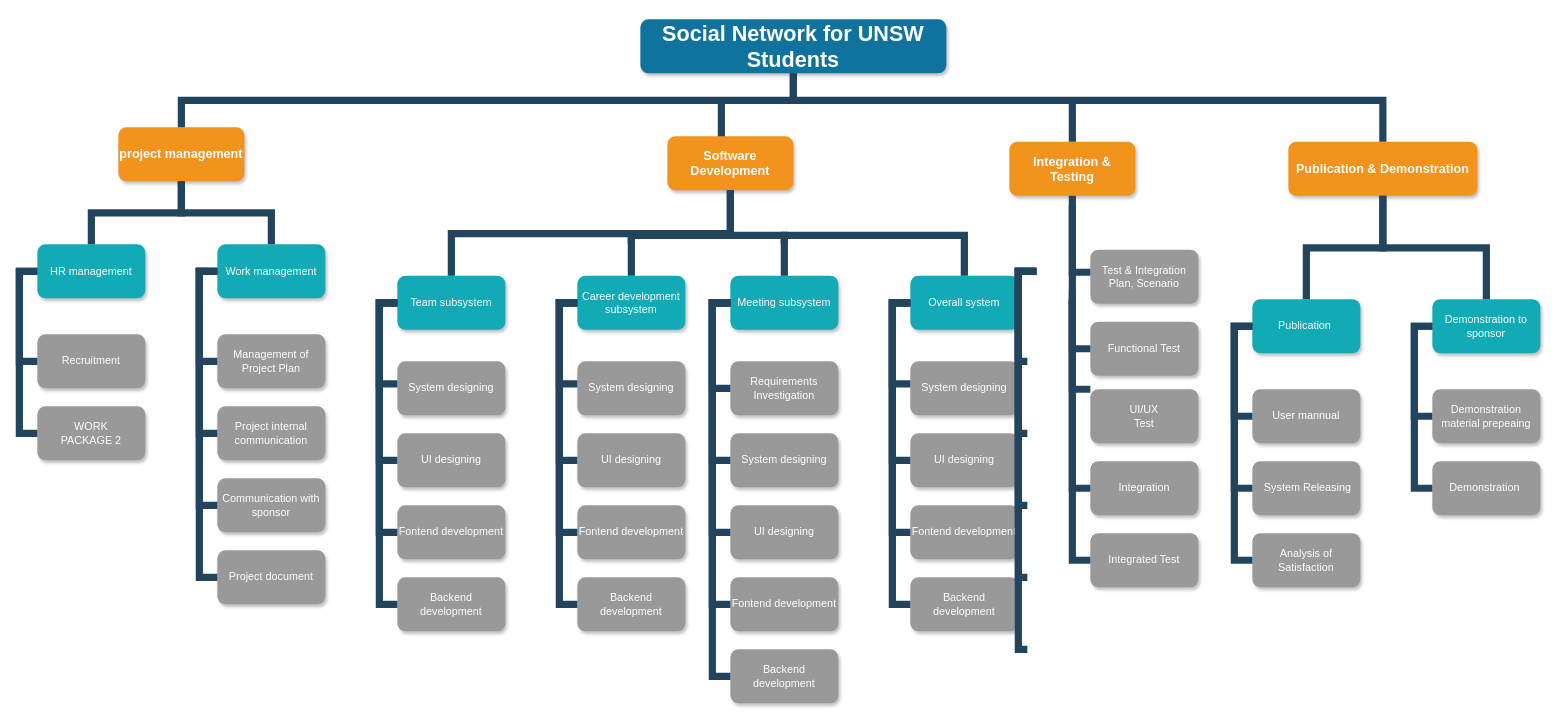
Earlier version of the draw.io diagram ass1/Untitled Diagram.drawio (bekon-official/GSOE9820). Source tidied: cells renumbered, new cells numbered last; positions are measured from the earlier drawing's top-left corner, leaving out a move shared by most shapes. Both pictures are drawn from the tidied source at 90%, with x=0, y=0 at pixel (19, 19).
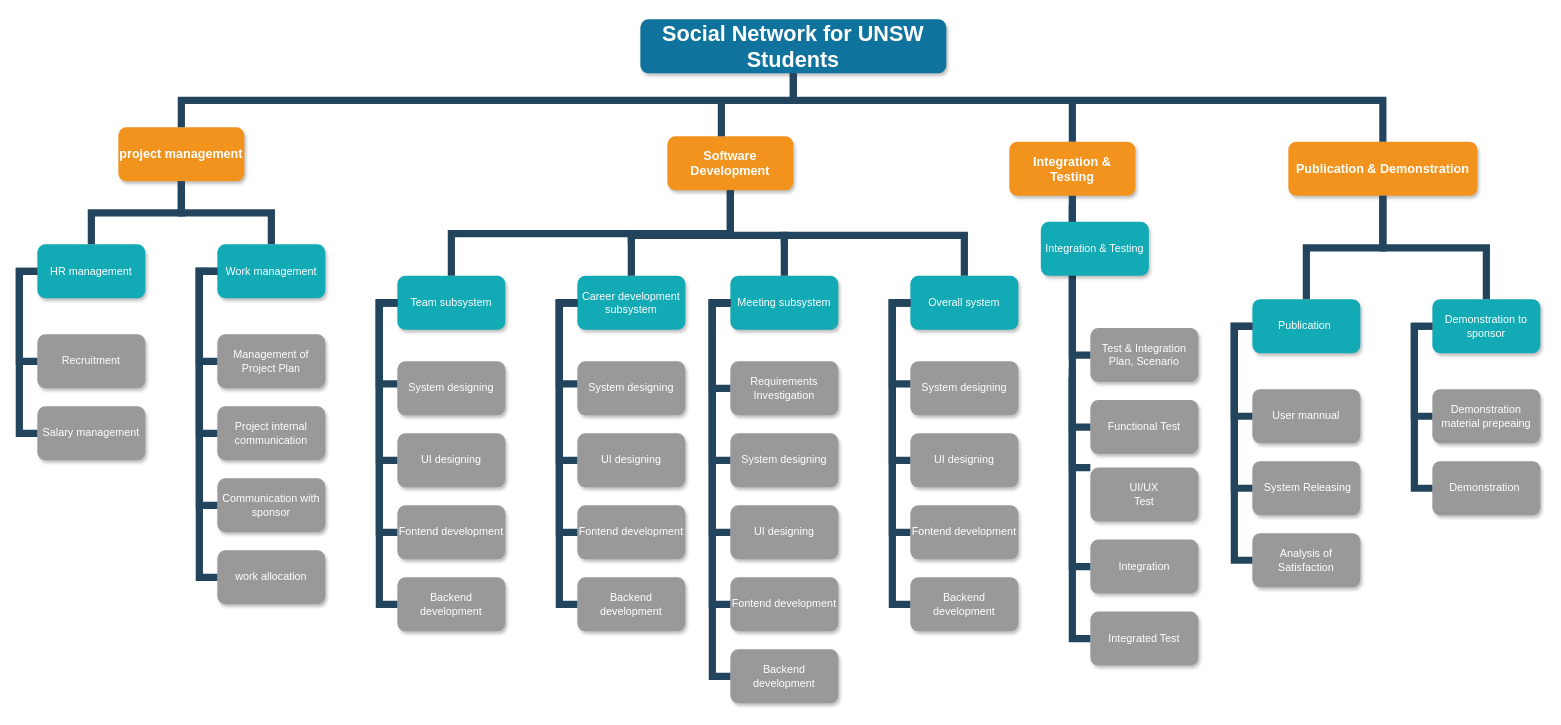
The same page after the edit.

What changed in the source:
```diff
@@
-    <mxCell id="10" value="WORK&#10;PACKAGE 2" style="whiteSpace=wrap;rounded=1;fillColor=#999999;strokeColor=none;shadow=1;fontColor=#FFFFFF;fontStyle=0;" parent="1" vertex="1">
+    <mxCell id="10" value="Salary management" style="whiteSpace=wrap;rounded=1;fillColor=#999999;strokeColor=none;shadow=1;fontColor=#FFFFFF;fontStyle=0;" parent="1" vertex="1">
       <mxGeometry x="20" y="430" width="120" height="60" as="geometry" />
     </mxCell>
@@
-    <mxCell id="14" value="Project document" style="whiteSpace=wrap;rounded=1;fillColor=#999999;strokeColor=none;shadow=1;fontColor=#FFFFFF;fontStyle=0;" parent="1" vertex="1">
+    <mxCell id="14" value="work allocation" style="whiteSpace=wrap;rounded=1;fillColor=#999999;strokeColor=none;shadow=1;fontColor=#FFFFFF;fontStyle=0;" parent="1" vertex="1">
       <mxGeometry x="220" y="590" width="120" height="60" as="geometry" />
     </mxCell>
@@
-    <mxCell id="63" style="edgeStyle=elbowEdgeStyle;elbow=horizontal;rounded=0;fontColor=#000000;endArrow=none;endFill=0;strokeWidth=8;strokeColor=#23445D;" parent="1" edge="1">
-      <mxGeometry relative="1" as="geometry">
-        <mxPoint x="1130" y="280" as="sourcePoint" />
-        <mxPoint x="1120" y="380" as="targetPoint" />
-        <Array as="points">
-          <mxPoint x="1110" y="330" />
-        </Array>
-      </mxGeometry>
-    </mxCell>
-    <mxCell id="64" style="edgeStyle=elbowEdgeStyle;elbow=horizontal;rounded=0;fontColor=#000000;endArrow=none;endFill=0;strokeWidth=8;strokeColor=#23445D;" parent="1" edge="1">
-      <mxGeometry relative="1" as="geometry">
-        <mxPoint x="1130" y="280" as="sourcePoint" />
-        <mxPoint x="1120" y="460" as="targetPoint" />
-        <Array as="points">
-          <mxPoint x="1110" y="370" />
-        </Array>
-      </mxGeometry>
-    </mxCell>
-    <mxCell id="65" style="edgeStyle=elbowEdgeStyle;elbow=horizontal;rounded=0;fontColor=#000000;endArrow=none;endFill=0;strokeWidth=8;strokeColor=#23445D;" parent="1" edge="1">
-      <mxGeometry relative="1" as="geometry">
-        <mxPoint x="1130" y="280" as="sourcePoint" />
-        <mxPoint x="1120" y="700" as="targetPoint" />
-        <Array as="points">
-          <mxPoint x="1110" y="500" />
-        </Array>
-      </mxGeometry>
-    </mxCell>
-    <mxCell id="66" style="edgeStyle=elbowEdgeStyle;elbow=horizontal;rounded=0;fontColor=#000000;endArrow=none;endFill=0;strokeWidth=8;strokeColor=#23445D;" parent="1" edge="1">
-      <mxGeometry relative="1" as="geometry">
-        <mxPoint x="1130" y="280" as="sourcePoint" />
-        <mxPoint x="1120" y="620" as="targetPoint" />
-        <Array as="points">
-          <mxPoint x="1110" y="450" />
-        </Array>
-      </mxGeometry>
-    </mxCell>
-    <mxCell id="67" style="edgeStyle=elbowEdgeStyle;elbow=horizontal;rounded=0;fontColor=#000000;endArrow=none;endFill=0;strokeWidth=8;strokeColor=#23445D;" parent="1" edge="1">
-      <mxGeometry relative="1" as="geometry">
-        <mxPoint x="1130" y="280" as="sourcePoint" />
-        <mxPoint x="1120" y="540" as="targetPoint" />
-        <Array as="points">
-          <mxPoint x="1110" y="420" />
-        </Array>
-      </mxGeometry>
-    </mxCell>
     <mxCell id="68" value="Test &amp; Integration&#10;Plan, Scenario" style="whiteSpace=wrap;rounded=1;fillColor=#999999;strokeColor=none;shadow=1;fontColor=#FFFFFF;fontStyle=0;" parent="1" vertex="1">
-      <mxGeometry x="1190" y="256" width="120" height="60" as="geometry" />
+      <mxGeometry x="1190" y="343" width="120" height="60" as="geometry" />
     </mxCell>
     <mxCell id="69" value="Functional Test" style="whiteSpace=wrap;rounded=1;fillColor=#999999;strokeColor=none;shadow=1;fontColor=#FFFFFF;fontStyle=0;" parent="1" vertex="1">
-      <mxGeometry x="1190" y="336" width="120" height="60" as="geometry" />
+      <mxGeometry x="1190" y="423" width="120" height="60" as="geometry" />
     </mxCell>
     <mxCell id="70" value="UI/UX&#10;Test" style="whiteSpace=wrap;rounded=1;fillColor=#999999;strokeColor=none;shadow=1;fontColor=#FFFFFF;fontStyle=0;" parent="1" vertex="1">
-      <mxGeometry x="1190" y="411" width="120" height="60" as="geometry" />
+      <mxGeometry x="1190" y="498" width="120" height="60" as="geometry" />
     </mxCell>
     <mxCell id="71" value="Integration" style="whiteSpace=wrap;rounded=1;fillColor=#999999;strokeColor=none;shadow=1;fontColor=#FFFFFF;fontStyle=0;" parent="1" vertex="1">
-      <mxGeometry x="1190" y="491" width="120" height="60" as="geometry" />
+      <mxGeometry x="1190" y="578" width="120" height="60" as="geometry" />
     </mxCell>
     <mxCell id="72" value="Integrated Test" style="whiteSpace=wrap;rounded=1;fillColor=#999999;strokeColor=none;shadow=1;fontColor=#FFFFFF;fontStyle=0;" parent="1" vertex="1">
-      <mxGeometry x="1190" y="571" width="120" height="60" as="geometry" />
+      <mxGeometry x="1190" y="658" width="120" height="60" as="geometry" />
     </mxCell>
@@
     <mxCell id="75" style="edgeStyle=elbowEdgeStyle;elbow=horizontal;rounded=0;fontColor=#000000;endArrow=none;endFill=0;strokeWidth=8;strokeColor=#23445D;" parent="1" edge="1" target="70">
       <mxGeometry relative="1" as="geometry">
-        <mxPoint x="1170" y="311" as="sourcePoint" />
+        <mxPoint x="1170" y="398" as="sourcePoint" />
         <Array as="points">
-          <mxPoint x="1170" y="411" />
+          <mxPoint x="1170" y="498" />
         </Array>
       </mxGeometry>
     </mxCell>
     <mxCell id="76" style="edgeStyle=elbowEdgeStyle;elbow=horizontal;rounded=0;fontColor=#000000;endArrow=none;endFill=0;strokeWidth=8;strokeColor=#23445D;" parent="1" edge="1" target="71">
       <mxGeometry relative="1" as="geometry">
-        <mxPoint x="1170" y="301" as="sourcePoint" />
+        <mxPoint x="1170" y="388" as="sourcePoint" />
         <Array as="points">
-          <mxPoint x="1170" y="451" />
+          <mxPoint x="1170" y="538" />
         </Array>
       </mxGeometry>
     </mxCell>
     <mxCell id="77" style="edgeStyle=elbowEdgeStyle;elbow=horizontal;rounded=0;fontColor=#000000;endArrow=none;endFill=0;strokeWidth=8;strokeColor=#23445D;" parent="1" edge="1" target="72">
       <mxGeometry relative="1" as="geometry">
-        <mxPoint x="1170" y="311" as="sourcePoint" />
+        <mxPoint x="1170" y="398" as="sourcePoint" />
         <Array as="points">
-          <mxPoint x="1170" y="501" />
+          <mxPoint x="1170" y="588" />
         </Array>
       </mxGeometry>
     </mxCell>
@@
+    <mxCell id="98" value="Integration &amp; Testing" style="whiteSpace=wrap;rounded=1;fillColor=#12AAB5;strokeColor=none;shadow=1;fontColor=#FFFFFF;" parent="1" vertex="1">
+      <mxGeometry x="1135" y="225" width="120" height="60" as="geometry" />
+    </mxCell>
```
